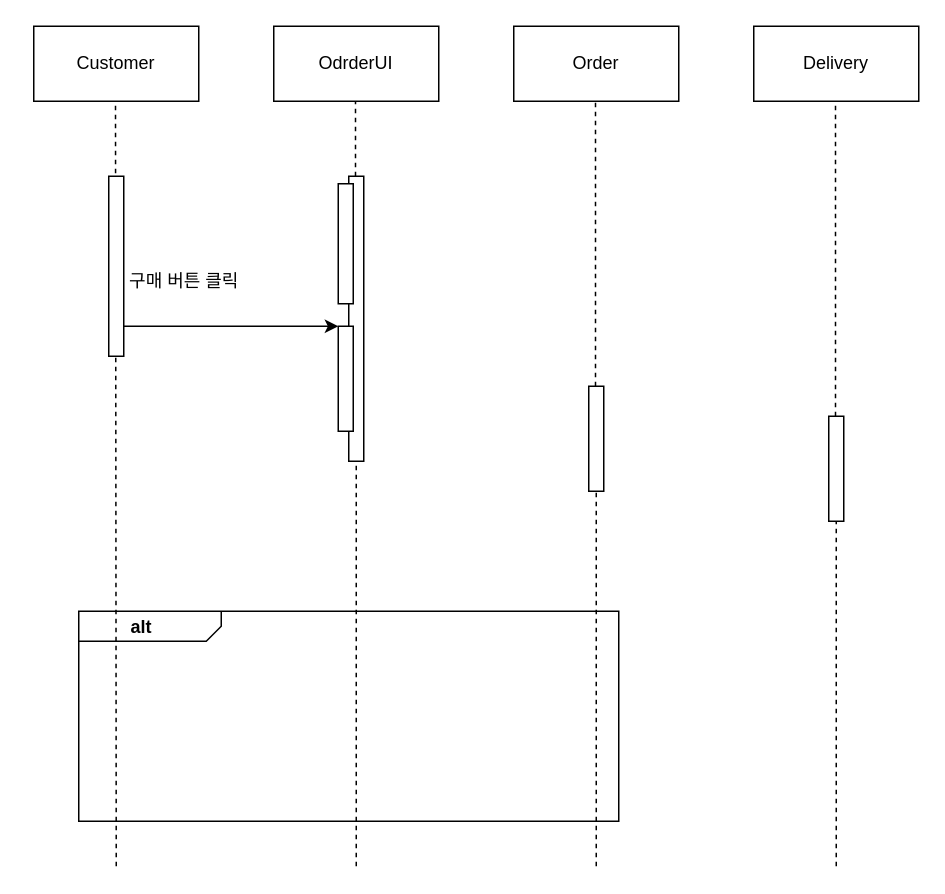
This is 시퀀스다이어그램_202235300_이영호.drawio from bluescarf7979/takeout_cv1, a draw.io file, before an edit. Source tidied: cells renumbered, new cells numbered last; positions are measured from the earlier drawing's top-left corner, leaving out a move shared by most shapes. Both pictures are drawn from the tidied source at 150%, with x=0, y=0 at pixel (33, 26).
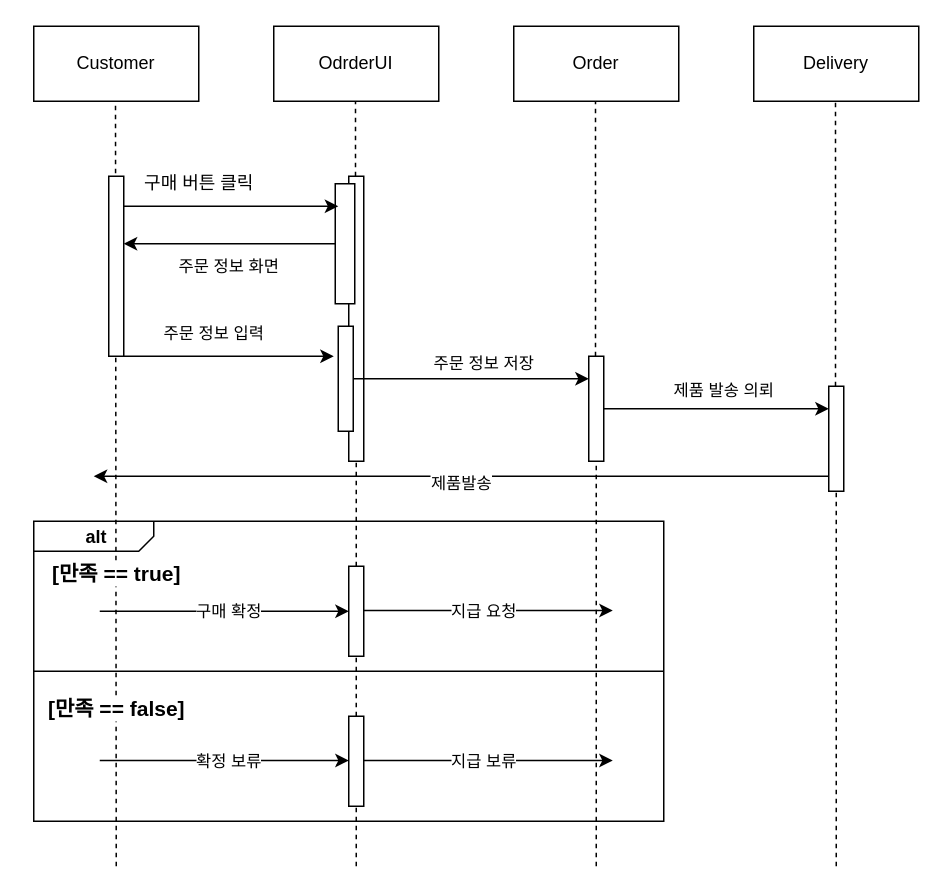
Above is the later version.

Commit message (it also covers changes not shown here):
시퀀스다이어그램_202235300_이영호.drawio 업데이트

Unchanged cells that the change refers to:
```xml
<mxCell id="11" style="html=1;points=[[0,0,0,0,5],[0,1,0,0,-5],[1,0,0,0,5],[1,1,0,0,-5]];perimeter=orthogonalPerimeter;outlineConnect=0;targetShapes=umlLifeline;portConstraint=eastwest;newEdgeStyle={&quot;curved&quot;:0,&quot;rounded&quot;:0};" parent="1" vertex="1">
  <mxGeometry x="50" y="100" width="10" height="120" as="geometry" />
</mxCell>
<mxCell id="13" style="html=1;points=[[0,0,0,0,5],[0,1,0,0,-5],[1,0,0,0,5],[1,1,0,0,-5]];perimeter=orthogonalPerimeter;outlineConnect=0;targetShapes=umlLifeline;portConstraint=eastwest;newEdgeStyle={&quot;curved&quot;:0,&quot;rounded&quot;:0};" parent="1" vertex="1">
  <mxGeometry x="210" y="100" width="10" height="190" as="geometry" />
</mxCell>
<mxCell id="15" style="html=1;points=[[0,0,0,0,5],[0,1,0,0,-5],[1,0,0,0,5],[1,1,0,0,-5]];perimeter=orthogonalPerimeter;outlineConnect=0;targetShapes=umlLifeline;portConstraint=eastwest;newEdgeStyle={&quot;curved&quot;:0,&quot;rounded&quot;:0};" parent="1" vertex="1">
  <mxGeometry x="203" y="200" width="10" height="70" as="geometry" />
</mxCell>
```

The edit, as a diff of the source:
```diff
@@
-    <mxCell id="2" value="&lt;p style=&quot;margin:0px;margin-top:4px;margin-left:5px;text-align:left;&quot;&gt;&lt;b&gt;&amp;nbsp; &amp;nbsp; &amp;nbsp; &amp;nbsp; &amp;nbsp;alt&lt;/b&gt;&lt;/p&gt;" style="html=1;shape=mxgraph.sysml.package;overflow=fill;labelX=95;align=left;spacingLeft=5;verticalAlign=top;spacingTop=-3;" parent="1" vertex="1">
-      <mxGeometry x="30" y="390" width="360" height="140" as="geometry" />
+    <mxCell id="2" value="&lt;p style=&quot;margin:0px;margin-top:4px;margin-left:5px;text-align:left;&quot;&gt;&lt;b&gt;&amp;nbsp; &amp;nbsp; &amp;nbsp; &amp;nbsp; &amp;nbsp;alt&lt;/b&gt;&lt;/p&gt;" style="html=1;shape=mxgraph.sysml.package;overflow=fill;labelX=80;align=left;spacingLeft=5;verticalAlign=top;spacingTop=-3;" parent="1" vertex="1">
+      <mxGeometry y="330" width="420" height="200" as="geometry" />
     </mxCell>
@@
+    <mxCell id="22" style="edgeStyle=none;rounded=0;jettySize=auto;html=1;curved=0;strokeColor=default;align=center;verticalAlign=middle;fontFamily=Helvetica;fontSize=11;fontColor=default;labelBackgroundColor=default;endArrow=classic;" parent="1" edge="1" source="11">
+      <mxGeometry relative="1" as="geometry">
+        <mxPoint x="200" y="220" as="targetPoint" />
+      </mxGeometry>
+    </mxCell>
@@
-    <mxCell id="12" style="endArrow=none;dashed=1;html=1;rounded=0;entryX=0.5;entryY=1;entryDx=0;entryDy=0;" parent="1" edge="1" target="13">
-      <mxGeometry relative="1" as="geometry">
-        <mxPoint x="215" y="560" as="sourcePoint" />
-      </mxGeometry>
+    <mxCell id="12" style="endArrow=none;dashed=1;html=1;rounded=0;entryX=0.5;entryY=1;entryDx=0;entryDy=0;" parent="1" edge="1" source="33" target="13">
+      <mxGeometry relative="1" as="geometry" />
     </mxCell>
@@
+    <mxCell id="23" style="edgeStyle=none;rounded=0;jettySize=auto;html=1;curved=0;strokeColor=default;align=center;verticalAlign=middle;fontFamily=Helvetica;fontSize=11;fontColor=default;labelBackgroundColor=default;endArrow=classic;" parent="1" edge="1" source="14" target="11">
+      <mxGeometry relative="1" as="geometry" />
+    </mxCell>
     <mxCell id="14" style="html=1;points=[[0,0,0,0,5],[0,1,0,0,-5],[1,0,0,0,5],[1,1,0,0,-5]];perimeter=orthogonalPerimeter;outlineConnect=0;targetShapes=umlLifeline;portConstraint=eastwest;newEdgeStyle={&quot;curved&quot;:0,&quot;rounded&quot;:0};" parent="1" vertex="1">
-      <mxGeometry x="203" y="105" width="10" height="80" as="geometry" />
+      <mxGeometry x="201" y="105" width="13" height="80" as="geometry" />
     </mxCell>
+    <mxCell id="24" style="edgeStyle=none;rounded=0;jettySize=auto;html=1;curved=0;strokeColor=default;align=center;verticalAlign=middle;fontFamily=Helvetica;fontSize=11;fontColor=default;labelBackgroundColor=default;endArrow=classic;" parent="1" edge="1" source="15" target="17">
+      <mxGeometry relative="1" as="geometry" />
+    </mxCell>
@@
+    <mxCell id="25" style="edgeStyle=none;rounded=0;jettySize=auto;html=1;curved=0;strokeColor=default;align=center;verticalAlign=middle;fontFamily=Helvetica;fontSize=11;fontColor=default;labelBackgroundColor=default;endArrow=classic;" parent="1" edge="1" source="17" target="19">
+      <mxGeometry relative="1" as="geometry" />
+    </mxCell>
     <mxCell id="17" style="html=1;points=[[0,0,0,0,5],[0,1,0,0,-5],[1,0,0,0,5],[1,1,0,0,-5]];perimeter=orthogonalPerimeter;outlineConnect=0;targetShapes=umlLifeline;portConstraint=eastwest;newEdgeStyle={&quot;curved&quot;:0,&quot;rounded&quot;:0};" parent="1" vertex="1">
-      <mxGeometry x="370" y="240" width="10" height="70" as="geometry" />
+      <mxGeometry x="370" y="220" width="10" height="70" as="geometry" />
     </mxCell>
@@
+    <mxCell id="26" style="edgeStyle=none;rounded=0;jettySize=auto;html=1;curved=0;strokeColor=default;align=center;verticalAlign=middle;fontFamily=Helvetica;fontSize=11;fontColor=default;labelBackgroundColor=default;endArrow=classic;" parent="1" edge="1" source="19">
+      <mxGeometry relative="1" as="geometry">
+        <mxPoint x="40" y="300" as="targetPoint" />
+      </mxGeometry>
+    </mxCell>
     <mxCell id="19" style="html=1;points=[[0,0,0,0,5],[0,1,0,0,-5],[1,0,0,0,5],[1,1,0,0,-5]];perimeter=orthogonalPerimeter;outlineConnect=0;targetShapes=umlLifeline;portConstraint=eastwest;newEdgeStyle={&quot;curved&quot;:0,&quot;rounded&quot;:0};" parent="1" vertex="1">
-      <mxGeometry x="530" y="260" width="10" height="70" as="geometry" />
+      <mxGeometry x="530" y="240" width="10" height="70" as="geometry" />
     </mxCell>
     <mxCell id="20" style="rounded=0;orthogonalLoop=1;jettySize=auto;html=1;entryX=0;entryY=0;entryDx=0;entryDy=5;entryPerimeter=0;" parent="1" edge="1">
       <mxGeometry relative="1" as="geometry">
-        <mxPoint x="60" y="200" as="sourcePoint" />
-        <mxPoint x="203" y="200" as="targetPoint" />
+        <mxPoint x="60" y="120" as="sourcePoint" />
+        <mxPoint x="203" y="120" as="targetPoint" />
       </mxGeometry>
     </mxCell>
     <mxCell id="21" value="구매 버튼 클릭" style="text;html=1;align=center;verticalAlign=middle;strokeColor=none;fillColor=none;" parent="1" vertex="1">
-      <mxGeometry x="50" y="155" width="100" height="30" as="geometry" />
+      <mxGeometry x="60" y="90" width="100" height="30" as="geometry" />
     </mxCell>
+    <mxCell id="27" value="주문 정보 입력" style="text;html=1;align=center;verticalAlign=middle;strokeColor=none;fillColor=none;fontFamily=Helvetica;fontSize=11;fontColor=default;labelBackgroundColor=default;" parent="1" vertex="1">
+      <mxGeometry x="70" y="190" width="100" height="30" as="geometry" />
+    </mxCell>
+    <mxCell id="28" value="주문 정보 화면" style="text;html=1;align=center;verticalAlign=middle;strokeColor=none;fillColor=none;fontFamily=Helvetica;fontSize=11;fontColor=default;labelBackgroundColor=default;" parent="1" vertex="1">
+      <mxGeometry x="80" y="144.5" width="100" height="30" as="geometry" />
+    </mxCell>
+    <mxCell id="29" value="주문 정보 저장" style="text;html=1;align=center;verticalAlign=middle;strokeColor=none;fillColor=none;fontFamily=Helvetica;fontSize=11;fontColor=default;labelBackgroundColor=default;" parent="1" vertex="1">
+      <mxGeometry x="250" y="210" width="100" height="30" as="geometry" />
+    </mxCell>
+    <mxCell id="30" value="제품 발송 의뢰" style="text;html=1;align=center;verticalAlign=middle;strokeColor=none;fillColor=none;fontFamily=Helvetica;fontSize=11;fontColor=default;labelBackgroundColor=default;" parent="1" vertex="1">
+      <mxGeometry x="410" y="228" width="100" height="30" as="geometry" />
+    </mxCell>
+    <mxCell id="31" value="제품발송" style="text;html=1;align=center;verticalAlign=middle;strokeColor=none;fillColor=none;fontFamily=Helvetica;fontSize=11;fontColor=default;labelBackgroundColor=default;" parent="1" vertex="1">
+      <mxGeometry x="250" y="290" width="70" height="30" as="geometry" />
+    </mxCell>
+    <mxCell id="32" style="endArrow=none;dashed=1;html=1;rounded=0;entryX=0.5;entryY=1;entryDx=0;entryDy=0;" parent="1" edge="1" source="35" target="33">
+      <mxGeometry relative="1" as="geometry" />
+    </mxCell>
+    <mxCell id="33" style="html=1;points=[[0,0,0,0,5],[0,1,0,0,-5],[1,0,0,0,5],[1,1,0,0,-5]];perimeter=orthogonalPerimeter;outlineConnect=0;targetShapes=umlLifeline;portConstraint=eastwest;newEdgeStyle={&quot;curved&quot;:0,&quot;rounded&quot;:0};fontFamily=Helvetica;fontSize=11;fontColor=default;labelBackgroundColor=default;" parent="1" vertex="1">
+      <mxGeometry x="210" y="360" width="10" height="60" as="geometry" />
+    </mxCell>
+    <mxCell id="34" style="endArrow=none;dashed=1;html=1;rounded=0;entryX=0.5;entryY=1;entryDx=0;entryDy=0;" parent="1" edge="1" target="35">
+      <mxGeometry relative="1" as="geometry">
+        <mxPoint x="215" y="560" as="sourcePoint" />
+      </mxGeometry>
+    </mxCell>
+    <mxCell id="35" style="html=1;points=[[0,0,0,0,5],[0,1,0,0,-5],[1,0,0,0,5],[1,1,0,0,-5]];perimeter=orthogonalPerimeter;outlineConnect=0;targetShapes=umlLifeline;portConstraint=eastwest;newEdgeStyle={&quot;curved&quot;:0,&quot;rounded&quot;:0};fontFamily=Helvetica;fontSize=11;fontColor=default;labelBackgroundColor=default;" parent="1" vertex="1">
+      <mxGeometry x="210" y="460" width="10" height="60" as="geometry" />
+    </mxCell>
+    <mxCell id="36" style="endArrow=none;html=1;rounded=0;strokeColor=default;align=center;verticalAlign=middle;fontFamily=Helvetica;fontSize=11;fontColor=default;labelBackgroundColor=default;exitX=0;exitY=0.5;exitDx=0;exitDy=0;exitPerimeter=0;entryX=1;entryY=0.5;entryDx=0;entryDy=0;entryPerimeter=0;" parent="1" edge="1" source="2" target="2">
+      <mxGeometry relative="1" as="geometry" />
+    </mxCell>
+    <mxCell id="37" value="&lt;b&gt;&lt;font style=&quot;font-size: 14px;&quot;&gt;[만족 == true]&lt;/font&gt;&lt;/b&gt;" style="text;html=1;align=center;verticalAlign=middle;strokeColor=none;fillColor=none;fontFamily=Helvetica;fontSize=11;fontColor=default;labelBackgroundColor=default;" parent="1" vertex="1">
+      <mxGeometry y="350" width="110" height="30" as="geometry" />
+    </mxCell>
+    <mxCell id="38" value="&lt;b&gt;&lt;font style=&quot;font-size: 14px;&quot;&gt;[만족 == false]&lt;/font&gt;&lt;/b&gt;" style="text;html=1;align=center;verticalAlign=middle;strokeColor=none;fillColor=none;fontFamily=Helvetica;fontSize=11;fontColor=default;labelBackgroundColor=default;" parent="1" vertex="1">
+      <mxGeometry x="-5" y="440" width="120" height="30" as="geometry" />
+    </mxCell>
+    <mxCell id="39" style="edgeStyle=none;rounded=0;orthogonalLoop=1;jettySize=auto;html=1;curved=0;strokeColor=default;align=center;verticalAlign=middle;fontFamily=Helvetica;fontSize=11;fontColor=default;labelBackgroundColor=default;endArrow=classic;" parent="1" edge="1">
+      <mxGeometry relative="1" as="geometry">
+        <mxPoint x="44" y="489.5" as="sourcePoint" />
+        <mxPoint x="210" y="489.5" as="targetPoint" />
+      </mxGeometry>
+    </mxCell>
+    <mxCell id="40" value="확정 보류" style="text;html=1;align=center;verticalAlign=middle;strokeColor=none;fillColor=none;fontFamily=Helvetica;fontSize=11;fontColor=default;labelBackgroundColor=default;" parent="1" vertex="1">
+      <mxGeometry x="95" y="475" width="70" height="30" as="geometry" />
+    </mxCell>
+    <mxCell id="41" style="edgeStyle=none;rounded=0;jettySize=auto;html=1;curved=0;strokeColor=default;align=center;verticalAlign=middle;fontFamily=Helvetica;fontSize=11;fontColor=default;labelBackgroundColor=default;endArrow=classic;" parent="1" edge="1" target="33">
+      <mxGeometry relative="1" as="geometry">
+        <mxPoint x="44" y="390" as="sourcePoint" />
+      </mxGeometry>
+    </mxCell>
+    <mxCell id="42" value="구매 확정" style="text;html=1;align=center;verticalAlign=middle;strokeColor=none;fillColor=none;fontFamily=Helvetica;fontSize=11;fontColor=default;labelBackgroundColor=default;" parent="1" vertex="1">
+      <mxGeometry x="95" y="375" width="70" height="30" as="geometry" />
+    </mxCell>
+    <mxCell id="43" style="edgeStyle=none;rounded=0;orthogonalLoop=1;jettySize=auto;html=1;curved=0;strokeColor=default;align=center;verticalAlign=middle;fontFamily=Helvetica;fontSize=11;fontColor=default;labelBackgroundColor=default;endArrow=classic;" parent="1" edge="1">
+      <mxGeometry relative="1" as="geometry">
+        <mxPoint x="220" y="389.5" as="sourcePoint" />
+        <mxPoint x="386" y="389.5" as="targetPoint" />
+      </mxGeometry>
+    </mxCell>
+    <mxCell id="44" value="지급 요청" style="text;html=1;align=center;verticalAlign=middle;strokeColor=none;fillColor=none;fontFamily=Helvetica;fontSize=11;fontColor=default;labelBackgroundColor=default;" parent="1" vertex="1">
+      <mxGeometry x="265" y="375" width="70" height="30" as="geometry" />
+    </mxCell>
+    <mxCell id="45" style="edgeStyle=none;rounded=0;orthogonalLoop=1;jettySize=auto;html=1;curved=0;strokeColor=default;align=center;verticalAlign=middle;fontFamily=Helvetica;fontSize=11;fontColor=default;labelBackgroundColor=default;endArrow=classic;" parent="1" edge="1">
+      <mxGeometry relative="1" as="geometry">
+        <mxPoint x="220" y="489.5" as="sourcePoint" />
+        <mxPoint x="386" y="489.5" as="targetPoint" />
+      </mxGeometry>
+    </mxCell>
+    <mxCell id="46" value="지급 보류" style="text;html=1;align=center;verticalAlign=middle;strokeColor=none;fillColor=none;fontFamily=Helvetica;fontSize=11;fontColor=default;labelBackgroundColor=default;" parent="1" vertex="1">
+      <mxGeometry x="265" y="475" width="70" height="30" as="geometry" />
+    </mxCell>
```
